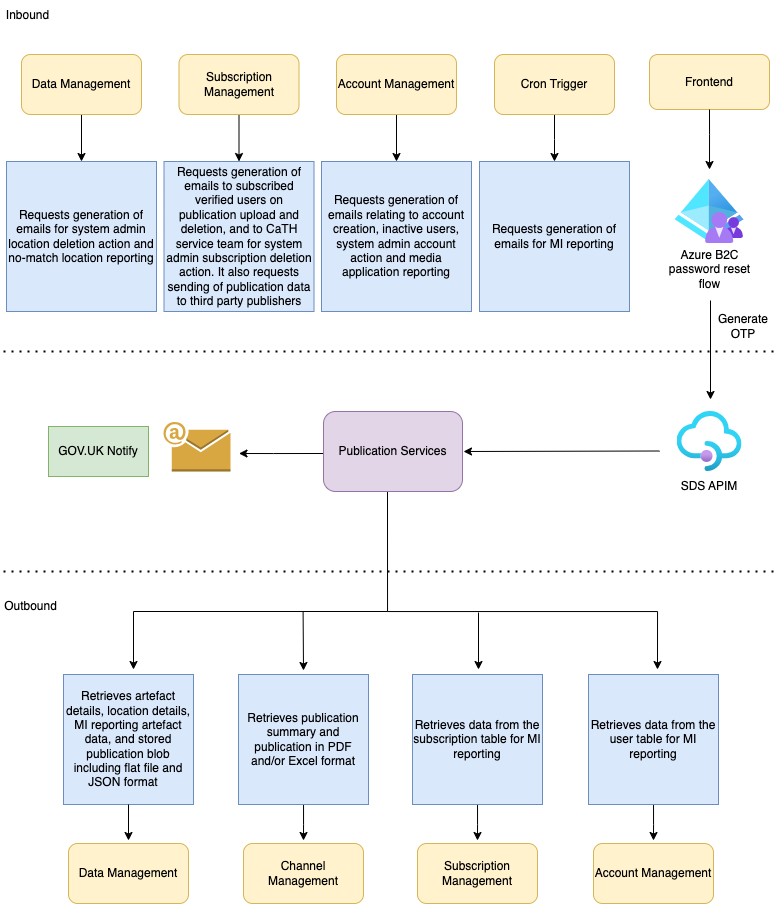
Before: publication-services-arch.png, a diagram exported from draw.io (hmcts/pip-publication-services). Source tidied: cells renumbered, new cells last; positions are measured from the earlier drawing's top-left corner, leaving out a move shared by most shapes.
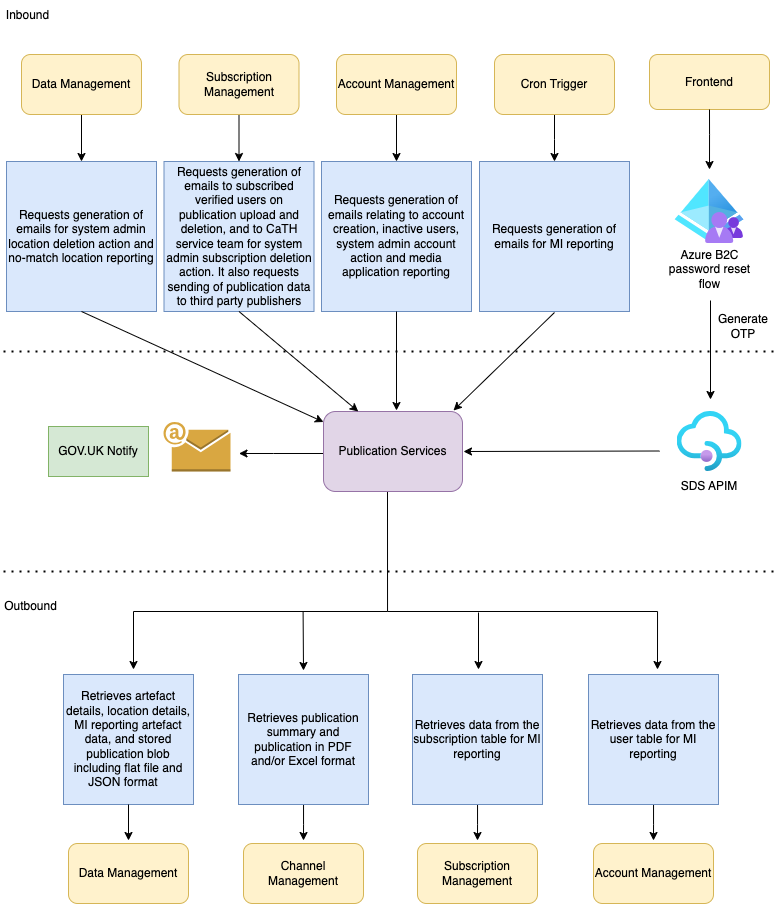
Later version of the same file.

Commit message:
Update readme flow diagram

The edit, as a diff of the source:
```diff
@@ -201,5 +201,24 @@
     <mxCell id="47" value="Generate OTP" style="text;html=1;strokeColor=none;fillColor=none;align=center;verticalAlign=middle;whiteSpace=wrap;rounded=0;" parent="1" vertex="1">
       <mxGeometry x="713" y="311" width="60" height="30" as="geometry" />
     </mxCell>
+    <mxCell id="48" style="endArrow=classic;html=1;rounded=0;exitX=0.5;exitY=1;exitDx=0;exitDy=0;" parent="1" edge="1" source="34">
+      <mxGeometry relative="1" as="geometry">
+        <mxPoint x="396" y="410" as="targetPoint" />
+      </mxGeometry>
+    </mxCell>
+    <mxCell id="49" style="endArrow=classic;html=1;rounded=0;exitX=0.5;exitY=1;exitDx=0;exitDy=0;" parent="1" edge="1">
+      <mxGeometry relative="1" as="geometry">
+        <mxPoint x="554" y="312" as="sourcePoint" />
+        <mxPoint x="453" y="410" as="targetPoint" />
+      </mxGeometry>
+    </mxCell>
+    <mxCell id="50" style="endArrow=classic;html=1;rounded=0;exitX=0.5;exitY=1;exitDx=0;exitDy=0;entryX=0.25;entryY=0;entryDx=0;entryDy=0;" parent="1" edge="1" source="14" target="4">
+      <mxGeometry relative="1" as="geometry" />
+    </mxCell>
+    <mxCell id="51" style="endArrow=classic;html=1;rounded=0;exitX=0.5;exitY=1;exitDx=0;exitDy=0;" parent="1" edge="1" source="17">
+      <mxGeometry relative="1" as="geometry">
+        <mxPoint x="323" y="421.5" as="targetPoint" />
+      </mxGeometry>
+    </mxCell>
   </root>
 </mxGraphModel>
```
